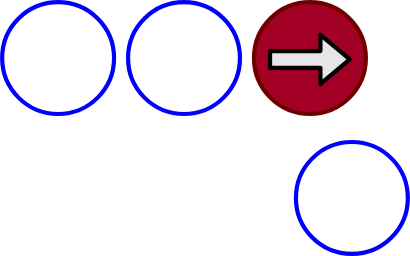
yamasdais/notebook keeps this draw.io diagram as StreetFighter6/images/m__6_.svg. Above is the earlier version. Source tidied: cells renumbered, new cells last; positions are measured from the earlier drawing's top-left corner, leaving out a move shared by most shapes. Its diagram source:
```xml
<mxGraphModel>
  <root>
    <mxCell id="0" />
    <mxCell id="1" parent="0" />
    <mxCell id="2" style="group;rotation=-180;" parent="1" vertex="1">
      <mxGeometry x="180" width="80" height="80" as="geometry" />
    </mxCell>
    <mxCell id="3" style="ellipse;whiteSpace=wrap;html=1;strokeWidth=3;fillColor=#a20025;fontColor=#ffffff;strokeColor=#6F0000;rotation=-180;" parent="2" vertex="1">
      <mxGeometry width="80" height="80" as="geometry" />
    </mxCell>
    <mxCell id="4" style="shape=flexArrow;endArrow=classic;html=1;strokeWidth=3;strokeColor=default;fillColor=#E6E6E6;" parent="2" edge="1">
      <mxGeometry relative="1" as="geometry">
        <mxPoint x="10" y="41" as="sourcePoint" />
        <mxPoint x="70" y="41" as="targetPoint" />
      </mxGeometry>
    </mxCell>
    <mxCell id="5" style="ellipse;whiteSpace=wrap;html=1;strokeWidth=3;fillColor=none;strokeColor=#0000FF;" parent="1" vertex="1">
      <mxGeometry width="80" height="80" as="geometry" />
    </mxCell>
    <mxCell id="6" style="ellipse;whiteSpace=wrap;html=1;strokeWidth=3;fillColor=none;strokeColor=#0000FF;" parent="1" vertex="1">
      <mxGeometry x="90" width="80" height="80" as="geometry" />
    </mxCell>
    <mxCell id="7" style="ellipse;whiteSpace=wrap;html=1;strokeWidth=3;fillColor=none;strokeColor=#0000FF;" parent="1" vertex="1">
      <mxGeometry x="210" y="100" width="80" height="80" as="geometry" />
    </mxCell>
  </root>
</mxGraphModel>
```
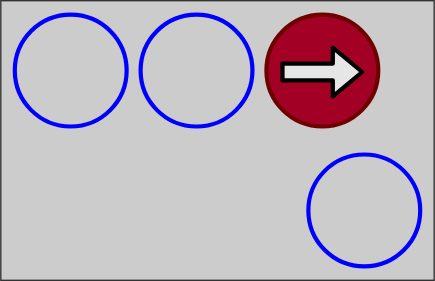
Later version of the same file.

Diff of the diagram source:
```diff
@@ -2,6 +2,9 @@
   <root>
     <mxCell id="0" />
     <mxCell id="1" parent="0" />
+    <mxCell id="8" style="rounded=0;whiteSpace=wrap;html=1;fillColor=#CCCCCC;strokeColor=#333333;" parent="1" vertex="1">
+      <mxGeometry x="-10" y="-10" width="310" height="200" as="geometry" />
+    </mxCell>
     <mxCell id="2" style="group;rotation=-180;" parent="1" vertex="1">
       <mxGeometry x="180" width="80" height="80" as="geometry" />
     </mxCell>
```
